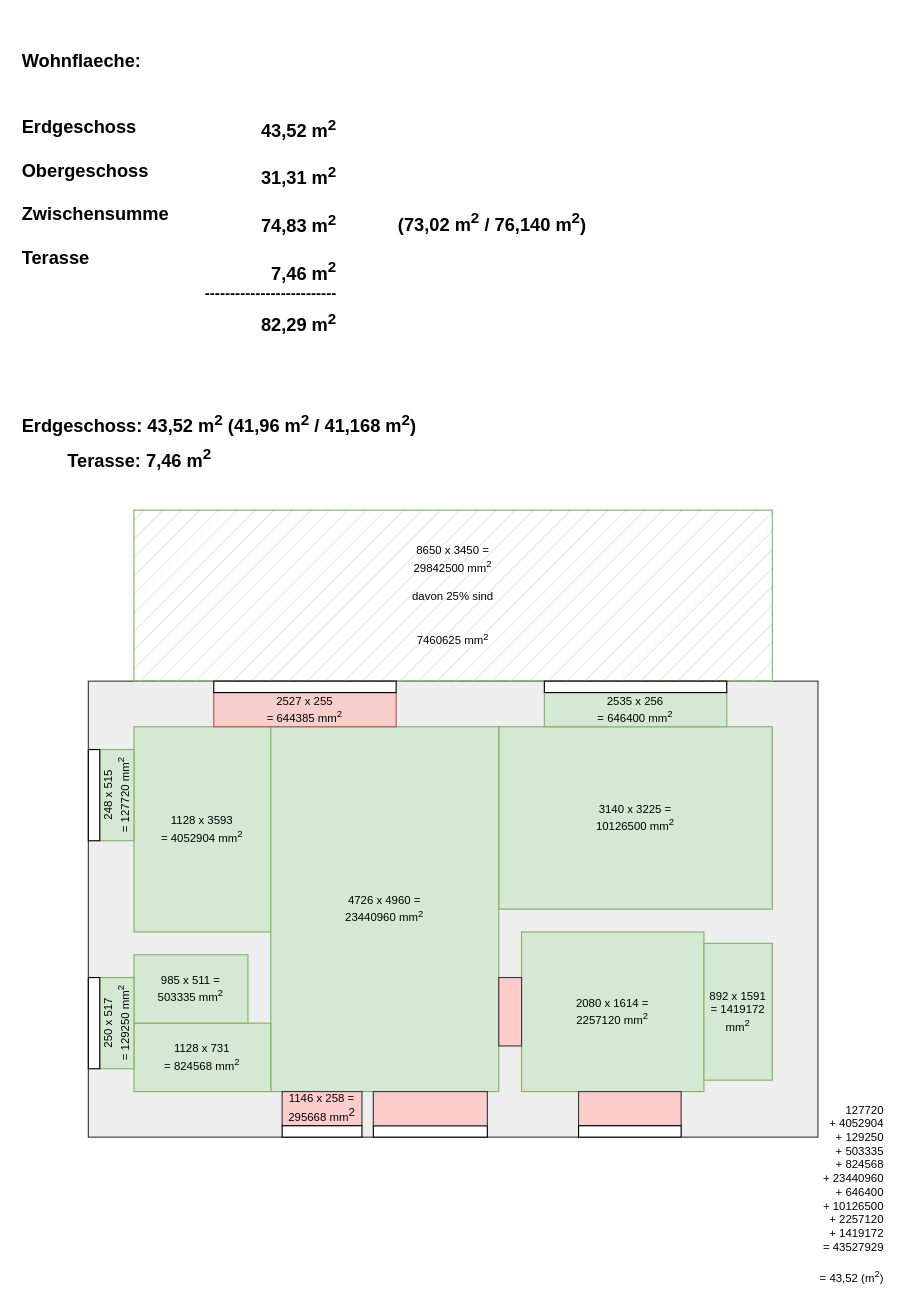
episcopus2001/wohnflaeche keeps this draw.io diagram as page "Erdgeschoss" (1 of 2) of ruderzimmer.drawio. Above is the earlier version. Source tidied: cells renumbered, new cells numbered last; positions are measured from the earlier drawing's top-left corner, leaving out a move shared by most shapes. Both pictures are drawn from the tidied source at 114%, with x=0, y=0 at pixel (19, 42).
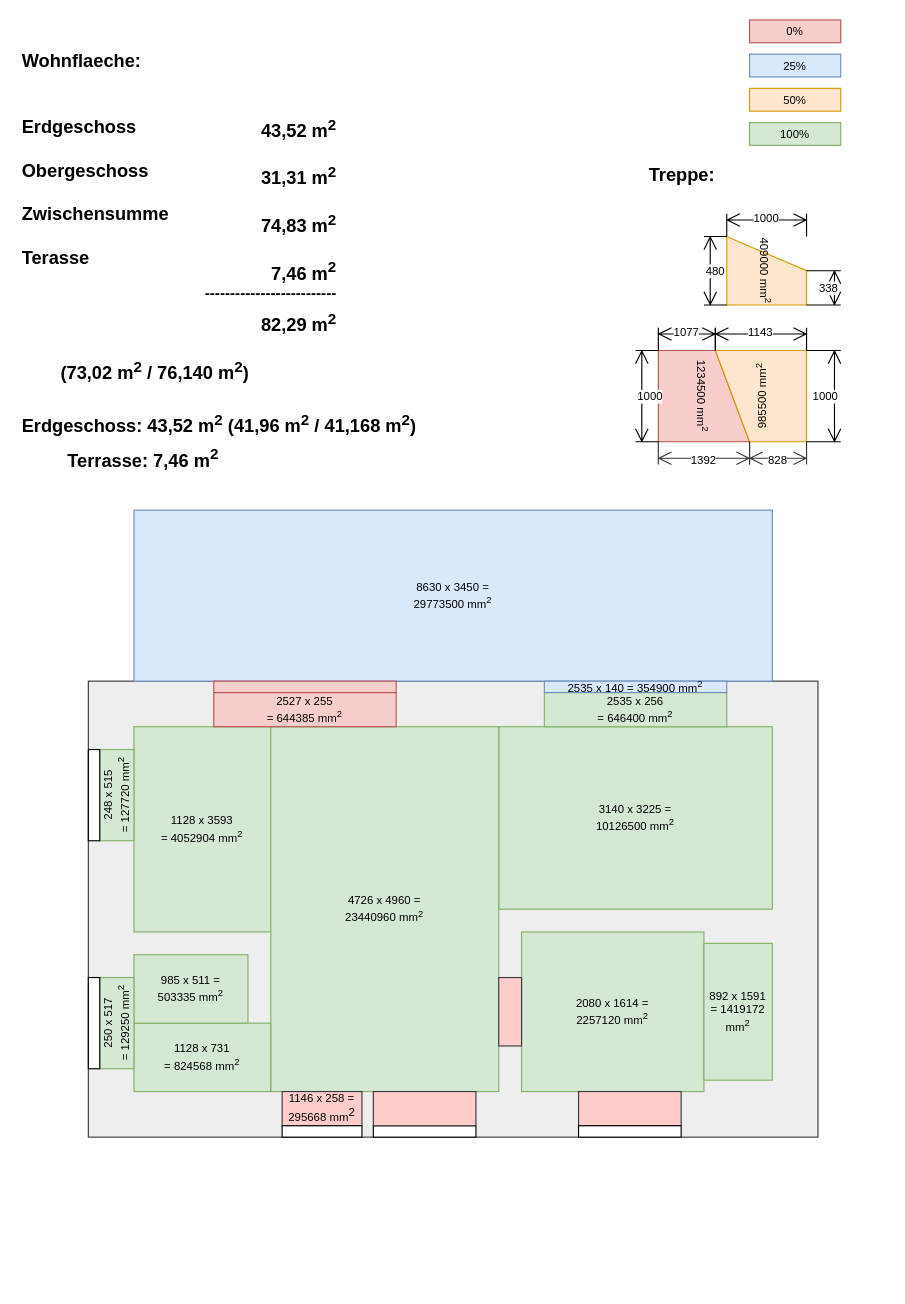
The same page after the edit.

What changed in the source:
```diff
@@
-    <mxCell id="15" value="&lt;div&gt;127720&lt;/div&gt;&lt;div&gt;+ 4052904&lt;br&gt;+ 129250&lt;br&gt;+ 503335&lt;br&gt;+ 824568&lt;br&gt;+ 23440960&lt;br&gt;+ 646400&lt;br&gt;+ 10126500&lt;br&gt;+ 2257120&lt;br&gt;+ 1419172&lt;/div&gt;&lt;div&gt;= 43527929&lt;br&gt;&lt;/div&gt;&lt;br&gt;= 43,52 (m&lt;sup&gt;2&lt;/sup&gt;)" style="text;html=1;strokeColor=none;fillColor=none;align=right;verticalAlign=middle;whiteSpace=wrap;rounded=0;fontSize=10;fontColor=none;" parent="1" vertex="1">
-      <mxGeometry x="660" y="950" width="100" height="120" as="geometry" />
-    </mxCell>
@@
     <mxCell id="18" value="(73,02 m&lt;sup&gt;2&lt;/sup&gt; / 76,140 m&lt;sup&gt;2&lt;/sup&gt;)" style="text;html=1;strokeColor=none;fillColor=none;align=left;verticalAlign=top;whiteSpace=wrap;rounded=0;fontStyle=1;fontSize=16;" parent="1" vertex="1">
-      <mxGeometry x="330" y="140" width="186" height="30" as="geometry" />
+      <mxGeometry x="34" y="270" width="186" height="30" as="geometry" />
     </mxCell>
@@
-    <mxCell id="20" value="Terasse: 7,46 m&lt;sup&gt;2&lt;/sup&gt;" style="text;html=1;strokeColor=none;fillColor=none;align=left;verticalAlign=middle;whiteSpace=wrap;rounded=0;fontStyle=1;fontSize=16;" parent="1" vertex="1">
+    <mxCell id="20" value="Terrasse: 7,46 m&lt;sup&gt;2&lt;/sup&gt;" style="text;html=1;strokeColor=none;fillColor=none;align=left;verticalAlign=middle;whiteSpace=wrap;rounded=0;fontStyle=1;fontSize=16;" parent="1" vertex="1">
       <mxGeometry x="40" y="350" width="280" height="30" as="geometry" />
     </mxCell>
-    <mxCell id="21" value="8650 x 3450 =&lt;br&gt;&lt;div&gt;29842500 mm&lt;sup&gt;2&lt;/sup&gt;&lt;/div&gt;&lt;div&gt;&lt;br&gt;&lt;/div&gt;&lt;div&gt;davon 25% sind&lt;/div&gt;&lt;div&gt;&lt;br&gt;&lt;/div&gt;&lt;div&gt;&lt;br&gt;&lt;/div&gt;7460625 mm&lt;sup&gt;2&lt;/sup&gt;" style="rounded=0;whiteSpace=wrap;html=1;fillColor=#d5e8d4;strokeColor=#82b366;fontSize=10;fillStyle=hatch;" parent="1" vertex="1">
+    <mxCell id="21" value="8630 x 3450 =&lt;br&gt;&lt;div&gt;29773500 mm&lt;sup&gt;2&lt;/sup&gt;&lt;/div&gt;" style="rounded=0;whiteSpace=wrap;html=1;fillColor=#dae8fc;strokeColor=#6c8ebf;fontSize=10;fillStyle=auto;" parent="1" vertex="1">
       <mxGeometry x="100" y="410" width="560" height="150" as="geometry" />
     </mxCell>
@@
-    <mxCell id="23" style="rounded=0;whiteSpace=wrap;html=1;" parent="1" vertex="1">
+    <mxCell id="23" style="rounded=0;whiteSpace=wrap;html=1;fillColor=#f8cecc;strokeColor=#b85450;" parent="1" vertex="1">
       <mxGeometry x="170" y="560" width="160" height="10" as="geometry" />
     </mxCell>
-    <mxCell id="24" style="rounded=0;whiteSpace=wrap;html=1;" parent="1" vertex="1">
+    <mxCell id="24" value="&lt;font style=&quot;font-size: 10px;&quot;&gt;2535 x 140 = 354900 mm&lt;sup&gt;2&lt;/sup&gt;&lt;/font&gt; " style="rounded=0;whiteSpace=wrap;html=1;fillColor=#dae8fc;strokeColor=#6c8ebf;" parent="1" vertex="1">
       <mxGeometry x="460" y="560" width="160" height="10" as="geometry" />
     </mxCell>
@@
     <mxCell id="30" style="rounded=0;whiteSpace=wrap;html=1;" parent="1" vertex="1">
-      <mxGeometry x="310" y="950" width="100" height="10" as="geometry" />
+      <mxGeometry x="310" y="950" width="90" height="10" as="geometry" />
     </mxCell>
     <mxCell id="31" style="rounded=0;whiteSpace=wrap;html=1;fillColor=#ffcccc;strokeColor=#36393d;fillStyle=auto;" parent="1" vertex="1">
-      <mxGeometry x="310" y="920" width="100" height="30" as="geometry" />
+      <mxGeometry x="310" y="920" width="90" height="30" as="geometry" />
     </mxCell>
+    <mxCell id="32" value="1234500 mm&lt;sup&gt;2&lt;/sup&gt;" style="shape=manualInput;whiteSpace=wrap;html=1;fillStyle=auto;fontSize=10;fillColor=#f8cecc;rotation=90;strokeColor=#b85450;horizontal=1;" parent="1" vertex="1">
+      <mxGeometry x="560" y="270" width="80" height="80" as="geometry" />
+    </mxCell>
+    <mxCell id="33" value="985500 mm&lt;sup&gt;2&lt;/sup&gt;" style="shape=manualInput;whiteSpace=wrap;html=1;fillStyle=auto;fontSize=10;fillColor=#ffe6cc;rotation=-90;strokeColor=#d79b00;horizontal=1;" parent="1" vertex="1">
+      <mxGeometry x="610" y="270" width="80" height="80" as="geometry" />
+    </mxCell>
+    <mxCell id="34" value="&lt;div&gt;409000 mm&lt;sup&gt;2&lt;/sup&gt;&lt;/div&gt;" style="shape=manualInput;whiteSpace=wrap;html=1;fillStyle=auto;fontSize=10;fillColor=#ffe6cc;rotation=-180;flipV=1;strokeColor=#d79b00;horizontal=0;" parent="1" vertex="1">
+      <mxGeometry x="620" y="170" width="70" height="60" as="geometry" />
+    </mxCell>
+    <mxCell id="35" value="1392" style="shape=dimension;whiteSpace=wrap;html=1;align=center;verticalAlign=bottom;spacingBottom=-5;labelBackgroundColor=#ffffff;fillStyle=auto;fontSize=10;fillColor=#ffcccc;strokeColor=#36393d;" parent="1" vertex="1">
+      <mxGeometry x="560" y="350" width="80" height="20" as="geometry" />
+    </mxCell>
+    <mxCell id="36" value="1077" style="shape=dimension;direction=west;whiteSpace=wrap;html=1;align=center;verticalAlign=top;spacingTop=-8;labelBackgroundColor=#ffffff;fillStyle=auto;fontSize=10;fillColor=default;" parent="1" vertex="1">
+      <mxGeometry x="560" y="250" width="50" height="20" as="geometry" />
+    </mxCell>
+    <mxCell id="37" value="828" style="shape=dimension;whiteSpace=wrap;html=1;align=center;verticalAlign=bottom;spacingBottom=-5;labelBackgroundColor=#ffffff;fillStyle=auto;fontSize=10;fillColor=#ffcccc;strokeColor=#36393d;" parent="1" vertex="1">
+      <mxGeometry x="640" y="350" width="50" height="20" as="geometry" />
+    </mxCell>
+    <mxCell id="38" value="338" style="shape=dimension;direction=north;whiteSpace=wrap;html=1;align=right;verticalAlign=middle;labelBackgroundColor=#ffffff;fillStyle=auto;fontSize=10;fillColor=default;" parent="1" vertex="1">
+      <mxGeometry x="690" y="200" width="30" height="30" as="geometry" />
+    </mxCell>
+    <mxCell id="39" value="1000" style="shape=dimension;direction=south;whiteSpace=wrap;html=1;align=left;verticalAlign=middle;labelBackgroundColor=#ffffff;fillStyle=auto;fontSize=10;fillColor=default;" parent="1" vertex="1">
+      <mxGeometry x="540" y="270" width="20" height="80" as="geometry" />
+    </mxCell>
+    <mxCell id="40" value="480" style="shape=dimension;direction=south;whiteSpace=wrap;html=1;align=left;verticalAlign=middle;labelBackgroundColor=#ffffff;fillStyle=auto;fontSize=10;fillColor=default;" parent="1" vertex="1">
+      <mxGeometry x="600" y="170" width="20" height="60" as="geometry" />
+    </mxCell>
+    <mxCell id="41" value="1000" style="shape=dimension;direction=west;whiteSpace=wrap;html=1;align=center;verticalAlign=top;spacingTop=-8;labelBackgroundColor=#ffffff;fillStyle=auto;fontSize=10;fillColor=default;" parent="1" vertex="1">
+      <mxGeometry x="620" y="150" width="70" height="20" as="geometry" />
+    </mxCell>
+    <mxCell id="42" value="1000" style="shape=dimension;direction=north;whiteSpace=wrap;html=1;align=right;verticalAlign=middle;labelBackgroundColor=#ffffff;fillStyle=auto;fontSize=10;fillColor=default;" parent="1" vertex="1">
+      <mxGeometry x="690" y="270" width="30" height="80" as="geometry" />
+    </mxCell>
+    <mxCell id="43" value="1143" style="shape=dimension;direction=west;whiteSpace=wrap;html=1;align=center;verticalAlign=top;spacingTop=-8;labelBackgroundColor=#ffffff;fillStyle=auto;fontSize=10;fillColor=default;" parent="1" vertex="1">
+      <mxGeometry x="610" y="250" width="80" height="20" as="geometry" />
+    </mxCell>
+    <mxCell id="44" value="Treppe:" style="text;html=1;strokeColor=none;fillColor=none;align=left;verticalAlign=top;whiteSpace=wrap;rounded=0;fontStyle=1;fontSize=16;" parent="1" vertex="1">
+      <mxGeometry x="550" y="100" width="186" height="30" as="geometry" />
+    </mxCell>
+    <mxCell id="45" value="0%" style="rounded=0;whiteSpace=wrap;html=1;fillColor=#f8cecc;strokeColor=#b85450;fontSize=10;" parent="1" vertex="1">
+      <mxGeometry x="640" y="-20" width="80" height="20" as="geometry" />
+    </mxCell>
+    <mxCell id="46" value="100%" style="rounded=0;whiteSpace=wrap;html=1;fillColor=#d5e8d4;strokeColor=#82b366;fontSize=10;" parent="1" vertex="1">
+      <mxGeometry x="640" y="70" width="80" height="20" as="geometry" />
+    </mxCell>
+    <mxCell id="47" value="50%" style="rounded=0;whiteSpace=wrap;html=1;fillColor=#ffe6cc;strokeColor=#d79b00;fontSize=10;" parent="1" vertex="1">
+      <mxGeometry x="640" y="40" width="80" height="20" as="geometry" />
+    </mxCell>
+    <mxCell id="48" value="25%" style="rounded=0;whiteSpace=wrap;html=1;fillColor=#dae8fc;strokeColor=#6c8ebf;fontSize=10;" parent="1" vertex="1">
+      <mxGeometry x="640" y="10" width="80" height="20" as="geometry" />
+    </mxCell>
```
